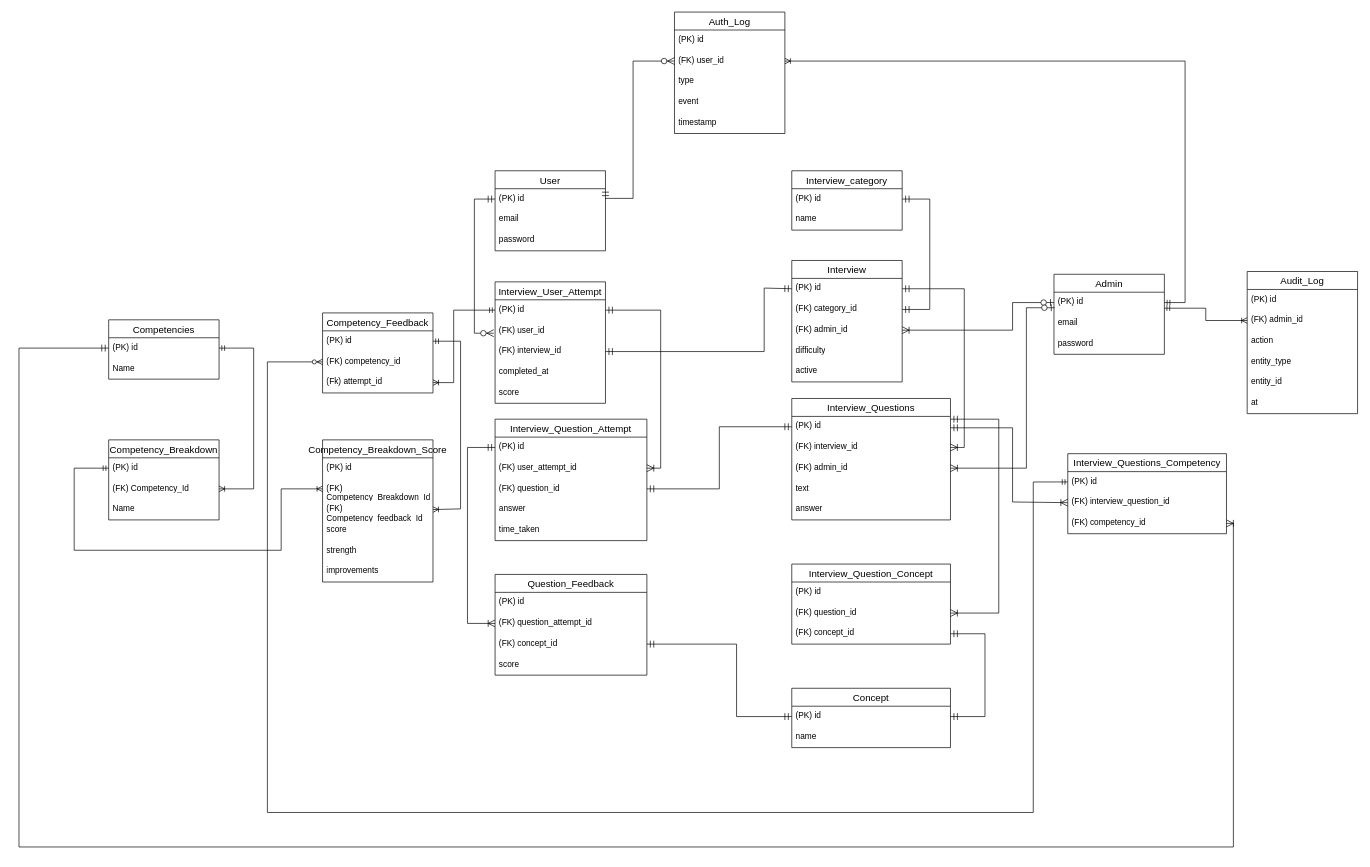
V-DP-DEV/Capstone keeps this draw.io diagram as diagrams/group_erd.drawio. Above is the earlier version. Source tidied: cells renumbered, new cells numbered last; positions are measured from the earlier drawing's top-left corner, leaving out a move shared by most shapes. Both pictures are drawn from the tidied source at 69%, with x=0, y=0 at pixel (19, 12).
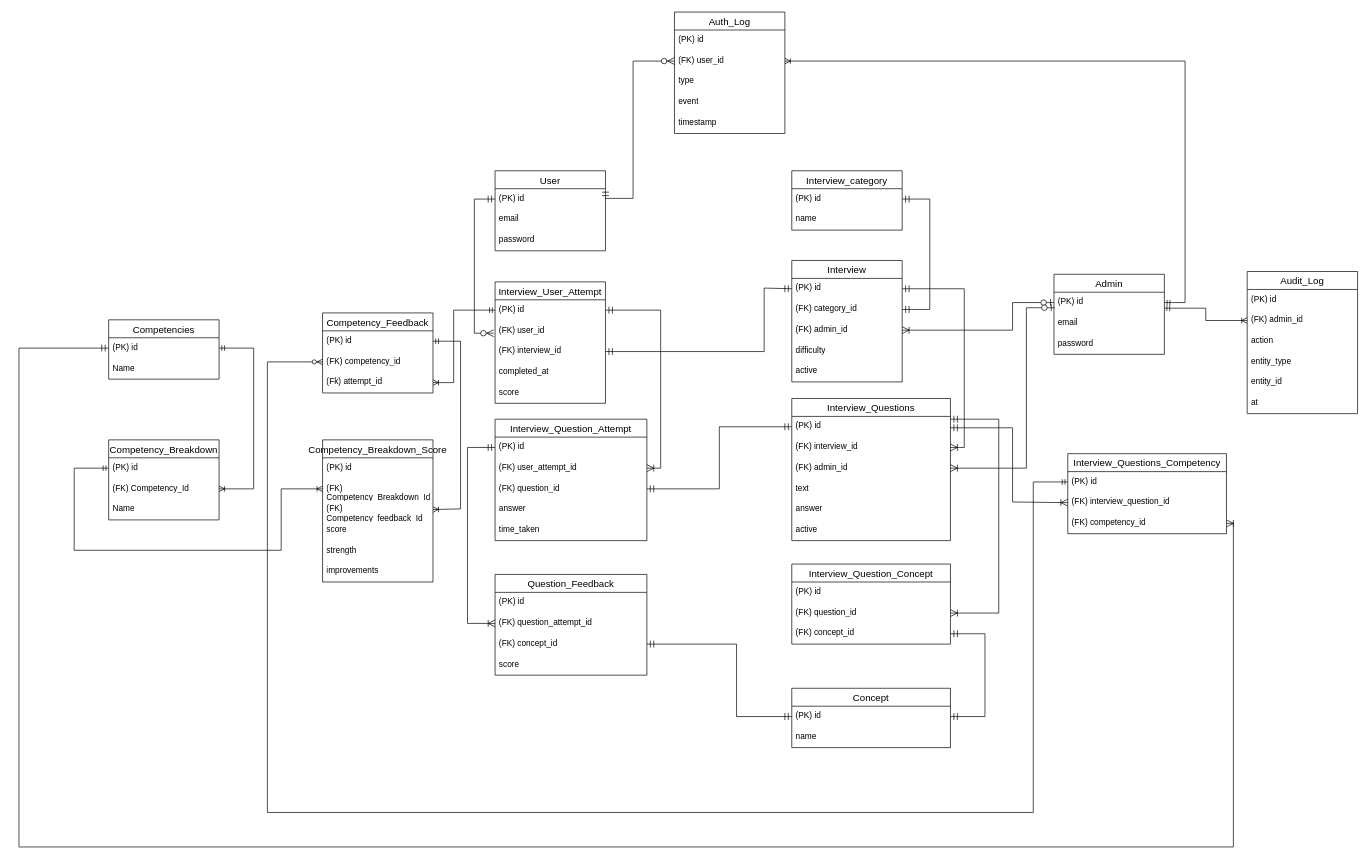
The same page after the edit.

Commit message:
Added a simple admin and auth logger Added competency breakdown and better scoring/feedback Added active

Diff of the diagram source:
```diff
@@
     <mxCell id="11" value="Interview_Questions" style="swimlane;fontStyle=0;horizontal=1;startSize=26;align=center;fontSize=14;" parent="1" vertex="1">
-      <mxGeometry x="1120" y="560" width="230" height="176" as="geometry" />
+      <mxGeometry x="1120" y="560" width="230" height="206" as="geometry" />
     </mxCell>
@@
+    <mxCell id="106" value="active" style="text;strokeColor=none;fillColor=none;spacingLeft=4;spacingRight=4;overflow=hidden;fontSize=12;whiteSpace=wrap;html=1;" parent="11" vertex="1">
+      <mxGeometry y="176" width="230" height="30" as="geometry" />
+    </mxCell>
```
